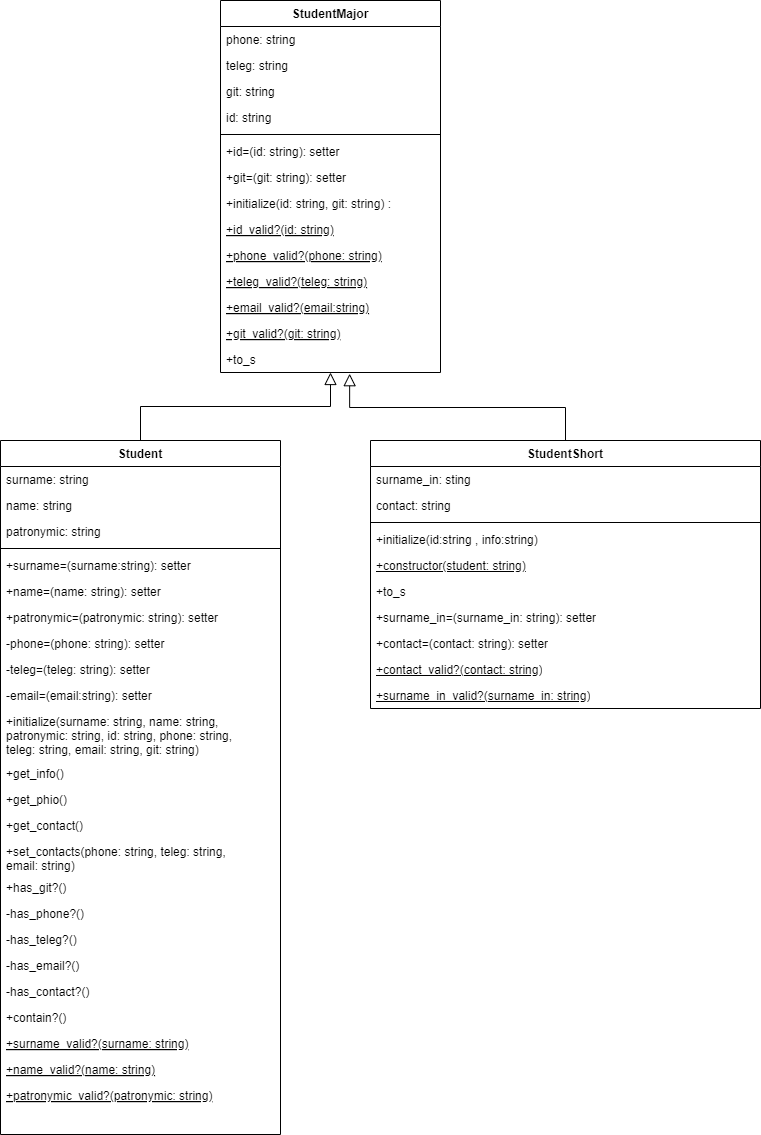
xchall/Ruby-tasks keeps this draw.io diagram as Students/Диаграмма_классов_student.png. Above is the earlier version. Source tidied: cells renumbered, new cells last; positions are measured from the earlier drawing's top-left corner, leaving out a move shared by most shapes.
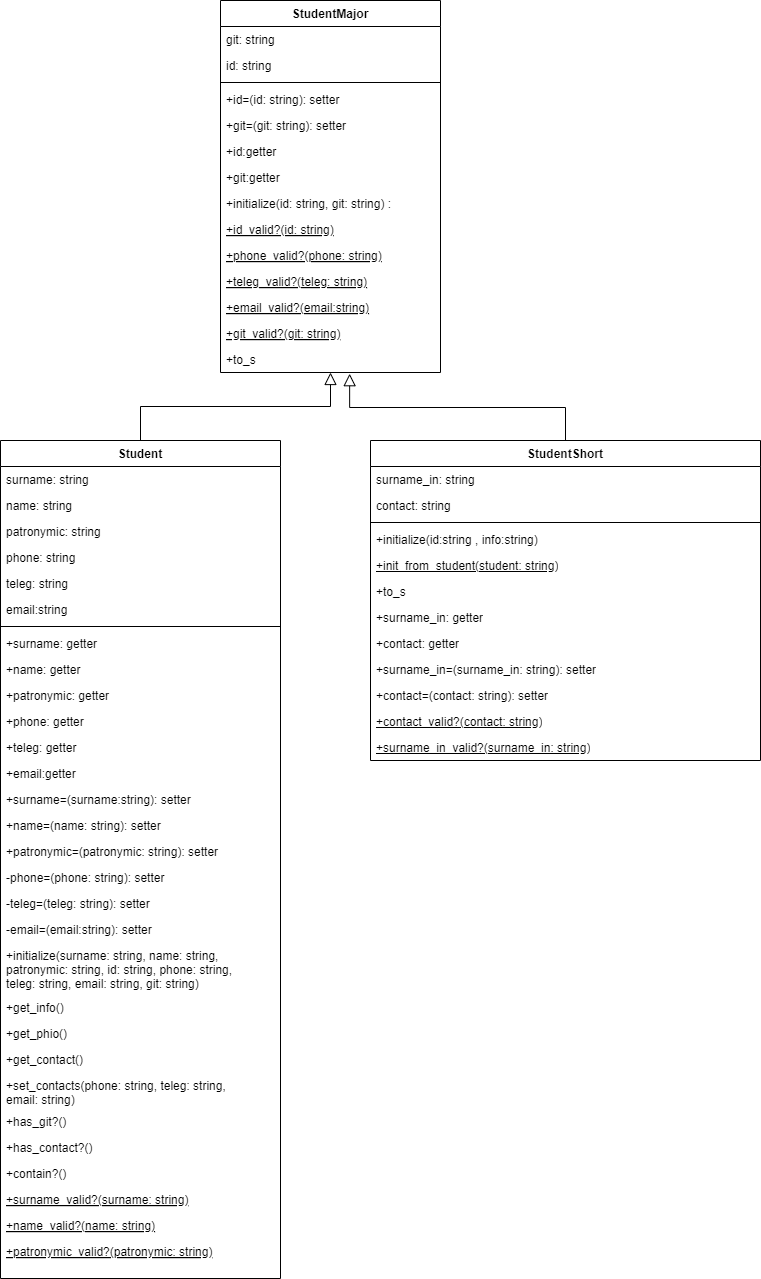
The same file after the commit.

Commit message:
Лаб2.Задание2.6 Изменили диаграмму классов

Добавили все геттеры и сеттеры, изменили название конструктора в StudentShort, изменили поля

What changed in the source:
```diff
@@ -5,27 +5,27 @@
     <mxCell id="2" value="StudentMajor" style="swimlane;fontStyle=1;align=center;verticalAlign=top;horizontal=1;startSize=26;rounded=0;shadow=0;strokeWidth=1;" parent="1" vertex="1">
       <mxGeometry x="220" width="220" height="372" as="geometry" />
     </mxCell>
-    <mxCell id="3" value="phone: string" style="text;align=left;verticalAlign=top;spacingLeft=4;spacingRight=4;overflow=hidden;" parent="2" vertex="1">
-      <mxGeometry y="26" width="220" height="26" as="geometry" />
-    </mxCell>
-    <mxCell id="4" value="teleg: string" style="text;align=left;verticalAlign=top;spacingLeft=4;spacingRight=4;overflow=hidden;" parent="2" vertex="1">
-      <mxGeometry y="52" width="220" height="26" as="geometry" />
-    </mxCell>
     <mxCell id="5" value="git: string" style="text;align=left;verticalAlign=top;spacingLeft=4;spacingRight=4;overflow=hidden;" parent="2" vertex="1">
-      <mxGeometry y="78" width="220" height="26" as="geometry" />
+      <mxGeometry y="26" width="220" height="26" as="geometry" />
     </mxCell>
     <mxCell id="6" value="id: string" style="text;align=left;verticalAlign=top;spacingLeft=4;spacingRight=4;overflow=hidden;" parent="2" vertex="1">
-      <mxGeometry y="104" width="220" height="26" as="geometry" />
+      <mxGeometry y="52" width="220" height="26" as="geometry" />
     </mxCell>
     <mxCell id="7" style="line;html=1;strokeWidth=1;align=left;verticalAlign=middle;spacingTop=-1;spacingLeft=3;spacingRight=3;labelPosition=right;" parent="2" vertex="1">
-      <mxGeometry y="130" width="220" height="8" as="geometry" />
+      <mxGeometry y="78" width="220" height="8" as="geometry" />
     </mxCell>
     <mxCell id="8" value="+id=(id: string): setter" style="text;align=left;verticalAlign=top;spacingLeft=4;spacingRight=4;overflow=hidden;" parent="2" vertex="1">
-      <mxGeometry y="138" width="220" height="26" as="geometry" />
+      <mxGeometry y="86" width="220" height="26" as="geometry" />
     </mxCell>
     <mxCell id="9" value="+git=(git: string): setter" style="text;align=left;verticalAlign=top;spacingLeft=4;spacingRight=4;overflow=hidden;" parent="2" vertex="1">
-      <mxGeometry y="164" width="220" height="26" as="geometry" />
+      <mxGeometry y="112" width="220" height="26" as="geometry" />
     </mxCell>
+    <mxCell id="55" value="+id:getter" style="text;align=left;verticalAlign=top;spacingLeft=4;spacingRight=4;overflow=hidden;" parent="2" vertex="1">
+      <mxGeometry y="138" width="220" height="26" as="geometry" />
+    </mxCell>
+    <mxCell id="56" value="+git:getter" style="text;align=left;verticalAlign=top;spacingLeft=4;spacingRight=4;overflow=hidden;" parent="2" vertex="1">
+      <mxGeometry y="164" width="220" height="26" as="geometry" />
+    </mxCell>
     <mxCell id="10" value="+initialize(id: string, git: string) :" style="text;align=left;verticalAlign=top;spacingLeft=4;spacingRight=4;overflow=hidden;" parent="2" vertex="1">
       <mxGeometry y="190" width="220" height="26" as="geometry" />
     </mxCell>
@@ -48,7 +48,7 @@
       <mxGeometry y="346" width="220" height="26" as="geometry" />
     </mxCell>
     <mxCell id="17" value="Student" style="swimlane;fontStyle=1;align=center;verticalAlign=top;horizontal=1;startSize=26;rounded=0;shadow=0;strokeWidth=1;" parent="1" vertex="1">
-      <mxGeometry y="440" width="280" height="694" as="geometry" />
+      <mxGeometry y="440" width="280" height="838" as="geometry" />
     </mxCell>
     <mxCell id="18" value="surname: string" style="text;align=left;verticalAlign=top;spacingLeft=4;spacingRight=4;overflow=hidden;" parent="17" vertex="1">
       <mxGeometry y="26" width="280" height="26" as="geometry" />
@@ -59,76 +59,94 @@
     <mxCell id="20" value="patronymic: string" style="text;align=left;verticalAlign=top;spacingLeft=4;spacingRight=4;overflow=hidden;rounded=0;shadow=0;html=0;" parent="17" vertex="1">
       <mxGeometry y="78" width="280" height="26" as="geometry" />
     </mxCell>
+    <mxCell id="3" value="phone: string" style="text;align=left;verticalAlign=top;spacingLeft=4;spacingRight=4;overflow=hidden;rounded=0;shadow=0;html=0;" parent="17" vertex="1">
+      <mxGeometry y="104" width="280" height="26" as="geometry" />
+    </mxCell>
+    <mxCell id="4" value="teleg: string" style="text;align=left;verticalAlign=top;spacingLeft=4;spacingRight=4;overflow=hidden;rounded=0;shadow=0;html=0;" parent="17" vertex="1">
+      <mxGeometry y="130" width="280" height="26" as="geometry" />
+    </mxCell>
+    <mxCell id="57" value="email:string" style="text;align=left;verticalAlign=top;spacingLeft=4;spacingRight=4;overflow=hidden;rounded=0;shadow=0;html=0;" parent="17" vertex="1">
+      <mxGeometry y="156" width="280" height="26" as="geometry" />
+    </mxCell>
     <mxCell id="21" style="line;html=1;strokeWidth=1;align=left;verticalAlign=middle;spacingTop=-1;spacingLeft=3;spacingRight=3;labelPosition=right;" parent="17" vertex="1">
-      <mxGeometry y="104" width="280" height="8" as="geometry" />
+      <mxGeometry y="182" width="280" height="8" as="geometry" />
     </mxCell>
+    <mxCell id="58" value="+surname: getter" style="text;align=left;verticalAlign=top;spacingLeft=4;spacingRight=4;overflow=hidden;fontStyle=0;" parent="17" vertex="1">
+      <mxGeometry y="190" width="280" height="26" as="geometry" />
+    </mxCell>
+    <mxCell id="59" value="+name: getter" style="text;align=left;verticalAlign=top;spacingLeft=4;spacingRight=4;overflow=hidden;fontStyle=0;" parent="17" vertex="1">
+      <mxGeometry y="216" width="280" height="26" as="geometry" />
+    </mxCell>
+    <mxCell id="60" value="+patronymic: getter" style="text;align=left;verticalAlign=top;spacingLeft=4;spacingRight=4;overflow=hidden;fontStyle=0;" parent="17" vertex="1">
+      <mxGeometry y="242" width="280" height="26" as="geometry" />
+    </mxCell>
+    <mxCell id="61" value="+phone: getter" style="text;align=left;verticalAlign=top;spacingLeft=4;spacingRight=4;overflow=hidden;fontStyle=0;" parent="17" vertex="1">
+      <mxGeometry y="268" width="280" height="26" as="geometry" />
+    </mxCell>
+    <mxCell id="62" value="+teleg: getter" style="text;align=left;verticalAlign=top;spacingLeft=4;spacingRight=4;overflow=hidden;fontStyle=0;" parent="17" vertex="1">
+      <mxGeometry y="294" width="280" height="26" as="geometry" />
+    </mxCell>
+    <mxCell id="63" value="+email:getter" style="text;align=left;verticalAlign=top;spacingLeft=4;spacingRight=4;overflow=hidden;fontStyle=0;" parent="17" vertex="1">
+      <mxGeometry y="320" width="280" height="26" as="geometry" />
+    </mxCell>
     <mxCell id="22" value="+surname=(surname:string): setter" style="text;align=left;verticalAlign=top;spacingLeft=4;spacingRight=4;overflow=hidden;fontStyle=0;" parent="17" vertex="1">
-      <mxGeometry y="112" width="280" height="26" as="geometry" />
+      <mxGeometry y="346" width="280" height="26" as="geometry" />
     </mxCell>
     <mxCell id="23" value="+name=(name: string): setter" style="text;align=left;verticalAlign=top;spacingLeft=4;spacingRight=4;overflow=hidden;fontStyle=0;" parent="17" vertex="1">
-      <mxGeometry y="138" width="280" height="26" as="geometry" />
+      <mxGeometry y="372" width="280" height="26" as="geometry" />
     </mxCell>
     <mxCell id="24" value="+patronymic=(patronymic: string): setter" style="text;align=left;verticalAlign=top;spacingLeft=4;spacingRight=4;overflow=hidden;fontStyle=0;" parent="17" vertex="1">
-      <mxGeometry y="164" width="280" height="26" as="geometry" />
+      <mxGeometry y="398" width="280" height="26" as="geometry" />
     </mxCell>
     <mxCell id="25" value="-phone=(phone: string): setter" style="text;align=left;verticalAlign=top;spacingLeft=4;spacingRight=4;overflow=hidden;fontStyle=0;" parent="17" vertex="1">
-      <mxGeometry y="190" width="280" height="26" as="geometry" />
+      <mxGeometry y="424" width="280" height="26" as="geometry" />
     </mxCell>
     <mxCell id="26" value="-teleg=(teleg: string): setter" style="text;align=left;verticalAlign=top;spacingLeft=4;spacingRight=4;overflow=hidden;fontStyle=0;" parent="17" vertex="1">
-      <mxGeometry y="216" width="280" height="26" as="geometry" />
+      <mxGeometry y="450" width="280" height="26" as="geometry" />
     </mxCell>
     <mxCell id="27" value="-email=(email:string): setter" style="text;align=left;verticalAlign=top;spacingLeft=4;spacingRight=4;overflow=hidden;fontStyle=0;" parent="17" vertex="1">
-      <mxGeometry y="242" width="280" height="26" as="geometry" />
+      <mxGeometry y="476" width="280" height="26" as="geometry" />
     </mxCell>
     <mxCell id="28" value="+initialize(surname: string, name: string, &#10;patronymic: string, id: string, phone: string, &#10;teleg: string, email: string, git: string)" style="text;align=left;verticalAlign=top;spacingLeft=4;spacingRight=4;overflow=hidden;fontStyle=0;" parent="17" vertex="1">
-      <mxGeometry y="268" width="280" height="52" as="geometry" />
+      <mxGeometry y="502" width="280" height="52" as="geometry" />
     </mxCell>
     <mxCell id="29" value="+get_info()" style="text;align=left;verticalAlign=top;spacingLeft=4;spacingRight=4;overflow=hidden;fontStyle=0;" parent="17" vertex="1">
-      <mxGeometry y="320" width="280" height="26" as="geometry" />
+      <mxGeometry y="554" width="280" height="26" as="geometry" />
     </mxCell>
     <mxCell id="30" value="+get_phio()" style="text;align=left;verticalAlign=top;spacingLeft=4;spacingRight=4;overflow=hidden;fontStyle=0;" parent="17" vertex="1">
-      <mxGeometry y="346" width="280" height="26" as="geometry" />
+      <mxGeometry y="580" width="280" height="26" as="geometry" />
     </mxCell>
     <mxCell id="31" value="+get_contact()" style="text;align=left;verticalAlign=top;spacingLeft=4;spacingRight=4;overflow=hidden;fontStyle=0;" parent="17" vertex="1">
-      <mxGeometry y="372" width="280" height="26" as="geometry" />
+      <mxGeometry y="606" width="280" height="26" as="geometry" />
     </mxCell>
     <mxCell id="32" value="+set_contacts(phone: string, teleg: string, &#10;email: string)" style="text;align=left;verticalAlign=top;spacingLeft=4;spacingRight=4;overflow=hidden;fontStyle=0;" parent="17" vertex="1">
-      <mxGeometry y="398" width="280" height="36" as="geometry" />
+      <mxGeometry y="632" width="280" height="36" as="geometry" />
     </mxCell>
     <mxCell id="33" value="+has_git?()" style="text;align=left;verticalAlign=top;spacingLeft=4;spacingRight=4;overflow=hidden;fontStyle=0;" parent="17" vertex="1">
-      <mxGeometry y="434" width="280" height="26" as="geometry" />
+      <mxGeometry y="668" width="280" height="26" as="geometry" />
     </mxCell>
-    <mxCell id="34" value="-has_phone?()" style="text;align=left;verticalAlign=top;spacingLeft=4;spacingRight=4;overflow=hidden;fontStyle=0;" parent="17" vertex="1">
-      <mxGeometry y="460" width="280" height="26" as="geometry" />
-    </mxCell>
-    <mxCell id="35" value="-has_teleg?()" style="text;align=left;verticalAlign=top;spacingLeft=4;spacingRight=4;overflow=hidden;fontStyle=0;" parent="17" vertex="1">
-      <mxGeometry y="486" width="280" height="26" as="geometry" />
-    </mxCell>
-    <mxCell id="36" value="-has_email?()" style="text;align=left;verticalAlign=top;spacingLeft=4;spacingRight=4;overflow=hidden;fontStyle=0;" parent="17" vertex="1">
-      <mxGeometry y="512" width="280" height="26" as="geometry" />
-    </mxCell>
-    <mxCell id="37" value="-has_contact?()" style="text;align=left;verticalAlign=top;spacingLeft=4;spacingRight=4;overflow=hidden;fontStyle=0;" parent="17" vertex="1">
-      <mxGeometry y="538" width="280" height="26" as="geometry" />
+    <mxCell id="37" value="+has_contact?()" style="text;align=left;verticalAlign=top;spacingLeft=4;spacingRight=4;overflow=hidden;fontStyle=0;" parent="17" vertex="1">
+      <mxGeometry y="694" width="280" height="26" as="geometry" />
     </mxCell>
     <mxCell id="38" value="+contain?()" style="text;align=left;verticalAlign=top;spacingLeft=4;spacingRight=4;overflow=hidden;fontStyle=0;" parent="17" vertex="1">
-      <mxGeometry y="564" width="280" height="26" as="geometry" />
+      <mxGeometry y="720" width="280" height="26" as="geometry" />
     </mxCell>
     <mxCell id="39" value="+surname_valid?(surname: string)" style="text;align=left;verticalAlign=top;spacingLeft=4;spacingRight=4;overflow=hidden;fontStyle=4;" parent="17" vertex="1">
-      <mxGeometry y="590" width="280" height="26" as="geometry" />
+      <mxGeometry y="746" width="280" height="26" as="geometry" />
     </mxCell>
     <mxCell id="40" value="+name_valid?(name: string)" style="text;align=left;verticalAlign=top;spacingLeft=4;spacingRight=4;overflow=hidden;fontStyle=4;" parent="17" vertex="1">
-      <mxGeometry y="616" width="280" height="26" as="geometry" />
+      <mxGeometry y="772" width="280" height="26" as="geometry" />
     </mxCell>
     <mxCell id="41" value="+patronymic_valid?(patronymic: string)" style="text;align=left;verticalAlign=top;spacingLeft=4;spacingRight=4;overflow=hidden;fontStyle=4;" parent="17" vertex="1">
-      <mxGeometry y="642" width="280" height="26" as="geometry" />
+      <mxGeometry y="798" width="280" height="26" as="geometry" />
     </mxCell>
     <mxCell id="42" style="endArrow=block;endSize=10;endFill=0;shadow=0;strokeWidth=1;rounded=0;curved=0;edgeStyle=elbowEdgeStyle;elbow=vertical;" parent="1" edge="1" source="17" target="2">
       <mxGeometry relative="1" as="geometry" />
     </mxCell>
     <mxCell id="43" value="StudentShort" style="swimlane;fontStyle=1;align=center;verticalAlign=top;horizontal=1;startSize=26;whiteSpace=wrap;html=1;" parent="1" vertex="1">
-      <mxGeometry x="370" y="440" width="390" height="268" as="geometry" />
+      <mxGeometry x="370" y="440" width="390" height="320" as="geometry" />
     </mxCell>
-    <mxCell id="44" value="&lt;span style=&quot;text-wrap: nowrap;&quot;&gt;surname_in: sting&lt;/span&gt;" style="text;strokeColor=none;fillColor=none;align=left;verticalAlign=top;spacingLeft=4;spacingRight=4;overflow=hidden;whiteSpace=wrap;html=1;" parent="43" vertex="1">
+    <mxCell id="44" value="&lt;span style=&quot;text-wrap: nowrap;&quot;&gt;surname_in: string&lt;/span&gt;" style="text;strokeColor=none;fillColor=none;align=left;verticalAlign=top;spacingLeft=4;spacingRight=4;overflow=hidden;whiteSpace=wrap;html=1;" parent="43" vertex="1">
       <mxGeometry y="26" width="390" height="26" as="geometry" />
     </mxCell>
     <mxCell id="45" value="&lt;span style=&quot;text-wrap: nowrap;&quot;&gt;contact: string&lt;/span&gt;" style="text;strokeColor=none;fillColor=none;align=left;verticalAlign=top;spacingLeft=4;spacingRight=4;overflow=hidden;whiteSpace=wrap;html=1;" parent="43" vertex="1">
@@ -140,23 +158,29 @@
     <mxCell id="47" value="+initialize(id:string , info:string)" style="text;strokeColor=none;fillColor=none;align=left;verticalAlign=top;spacingLeft=4;spacingRight=4;overflow=hidden;whiteSpace=wrap;html=1;" parent="43" vertex="1">
       <mxGeometry y="86" width="390" height="26" as="geometry" />
     </mxCell>
-    <mxCell id="48" value="+constructor(student: string)" style="text;strokeColor=none;fillColor=none;align=left;verticalAlign=top;spacingLeft=4;spacingRight=4;overflow=hidden;whiteSpace=wrap;html=1;fontStyle=4;" parent="43" vertex="1">
+    <mxCell id="48" value="+init_from_student(student: string)" style="text;strokeColor=none;fillColor=none;align=left;verticalAlign=top;spacingLeft=4;spacingRight=4;overflow=hidden;whiteSpace=wrap;html=1;fontStyle=4;" parent="43" vertex="1">
       <mxGeometry y="112" width="390" height="26" as="geometry" />
     </mxCell>
     <mxCell id="49" value="+to_s" style="text;strokeColor=none;fillColor=none;align=left;verticalAlign=top;spacingLeft=4;spacingRight=4;overflow=hidden;whiteSpace=wrap;html=1;" parent="43" vertex="1">
       <mxGeometry y="138" width="390" height="26" as="geometry" />
     </mxCell>
+    <mxCell id="64" value="+&lt;span style=&quot;text-wrap: nowrap;&quot;&gt;surname_in: getter&lt;/span&gt;" style="text;strokeColor=none;fillColor=none;align=left;verticalAlign=top;spacingLeft=4;spacingRight=4;overflow=hidden;whiteSpace=wrap;html=1;" parent="43" vertex="1">
+      <mxGeometry y="164" width="390" height="26" as="geometry" />
+    </mxCell>
+    <mxCell id="65" value="&lt;span style=&quot;text-wrap: nowrap;&quot;&gt;+&lt;/span&gt;&lt;span style=&quot;text-wrap: nowrap;&quot;&gt;contact: getter&lt;/span&gt;" style="text;strokeColor=none;fillColor=none;align=left;verticalAlign=top;spacingLeft=4;spacingRight=4;overflow=hidden;whiteSpace=wrap;html=1;" parent="43" vertex="1">
+      <mxGeometry y="190" width="390" height="26" as="geometry" />
+    </mxCell>
     <mxCell id="50" value="+surname_in=(surname_in: string): setter" style="text;strokeColor=none;fillColor=none;align=left;verticalAlign=top;spacingLeft=4;spacingRight=4;overflow=hidden;whiteSpace=wrap;html=1;" parent="43" vertex="1">
-      <mxGeometry y="164" width="390" height="26" as="geometry" />
+      <mxGeometry y="216" width="390" height="26" as="geometry" />
     </mxCell>
     <mxCell id="51" value="+contact=(contact: string): setter" style="text;strokeColor=none;fillColor=none;align=left;verticalAlign=top;spacingLeft=4;spacingRight=4;overflow=hidden;whiteSpace=wrap;html=1;" parent="43" vertex="1">
-      <mxGeometry y="190" width="390" height="26" as="geometry" />
+      <mxGeometry y="242" width="390" height="26" as="geometry" />
     </mxCell>
     <mxCell id="52" value="+contact_valid?(contact: string)" style="text;strokeColor=none;fillColor=none;align=left;verticalAlign=top;spacingLeft=4;spacingRight=4;overflow=hidden;whiteSpace=wrap;html=1;fontStyle=4;" parent="43" vertex="1">
-      <mxGeometry y="216" width="390" height="26" as="geometry" />
+      <mxGeometry y="268" width="390" height="26" as="geometry" />
     </mxCell>
     <mxCell id="53" value="+surname_in_valid?(surname_in: string)" style="text;strokeColor=none;fillColor=none;align=left;verticalAlign=top;spacingLeft=4;spacingRight=4;overflow=hidden;whiteSpace=wrap;html=1;fontStyle=4;" parent="43" vertex="1">
-      <mxGeometry y="242" width="390" height="26" as="geometry" />
+      <mxGeometry y="294" width="390" height="26" as="geometry" />
     </mxCell>
     <mxCell id="54" style="endArrow=block;endSize=10;endFill=0;shadow=0;strokeWidth=1;rounded=0;curved=0;edgeStyle=elbowEdgeStyle;elbow=vertical;exitX=0.5;exitY=0;exitDx=0;exitDy=0;entryX=0.587;entryY=1.046;entryDx=0;entryDy=0;entryPerimeter=0;" parent="1" edge="1" source="43" target="16">
       <mxGeometry relative="1" as="geometry" />
```
